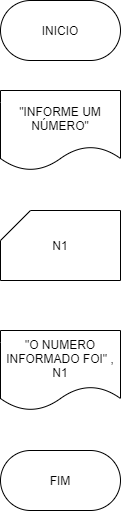
MLoubaJr/Estrutura-Sequencial keeps this draw.io diagram as 002/Informeumnumero.drawio.png/informeumnumero.drawio.png. Above is the earlier version. Source tidied: cells renumbered, new cells last; positions are measured from the earlier drawing's top-left corner, leaving out a move shared by most shapes.
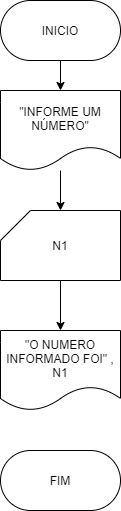
Above is the later version.

Change to the diagram source:
```diff
@@ -2,12 +2,21 @@
   <root>
     <mxCell id="0" />
     <mxCell id="1" parent="0" />
+    <mxCell id="7" style="edgeStyle=none;html=1;" parent="1" edge="1" source="2" target="4">
+      <mxGeometry relative="1" as="geometry" />
+    </mxCell>
     <mxCell id="2" value="INICIO" style="rounded=1;whiteSpace=wrap;html=1;arcSize=50;" parent="1" vertex="1">
       <mxGeometry width="120" height="60" as="geometry" />
     </mxCell>
+    <mxCell id="8" style="edgeStyle=none;html=1;" parent="1" edge="1" source="3" target="5">
+      <mxGeometry relative="1" as="geometry" />
+    </mxCell>
     <mxCell id="3" value="N1" style="shape=card;whiteSpace=wrap;html=1;" parent="1" vertex="1">
       <mxGeometry y="210" width="120" height="70" as="geometry" />
     </mxCell>
+    <mxCell id="9" style="edgeStyle=none;html=1;" parent="1" edge="1" source="4" target="3">
+      <mxGeometry relative="1" as="geometry" />
+    </mxCell>
     <mxCell id="4" value="&quot;INFORME UM NÚMERO&quot;" style="shape=document;whiteSpace=wrap;html=1;boundedLbl=1;" parent="1" vertex="1">
       <mxGeometry y="90" width="120" height="80" as="geometry" />
     </mxCell>
```
